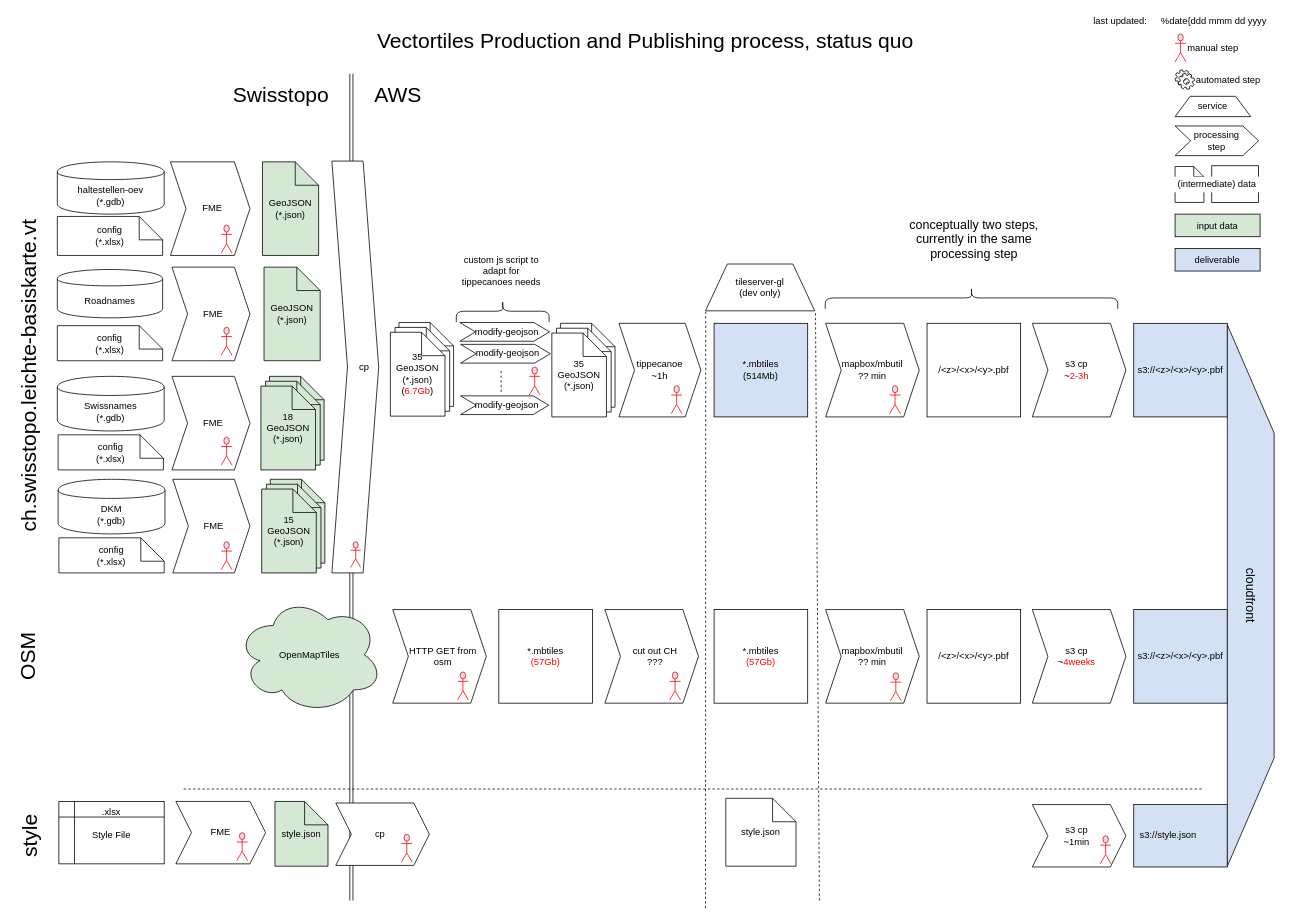
Earlier version of the draw.io diagram mvt/mvt_pipeline.dio (boecklic/notebooks). Source tidied: cells renumbered, new cells numbered last; positions are measured from the earlier drawing's top-left corner, leaving out a move shared by most shapes. Both pictures are drawn from the tidied source at 78%, with x=0, y=0 at pixel (-183, 13).
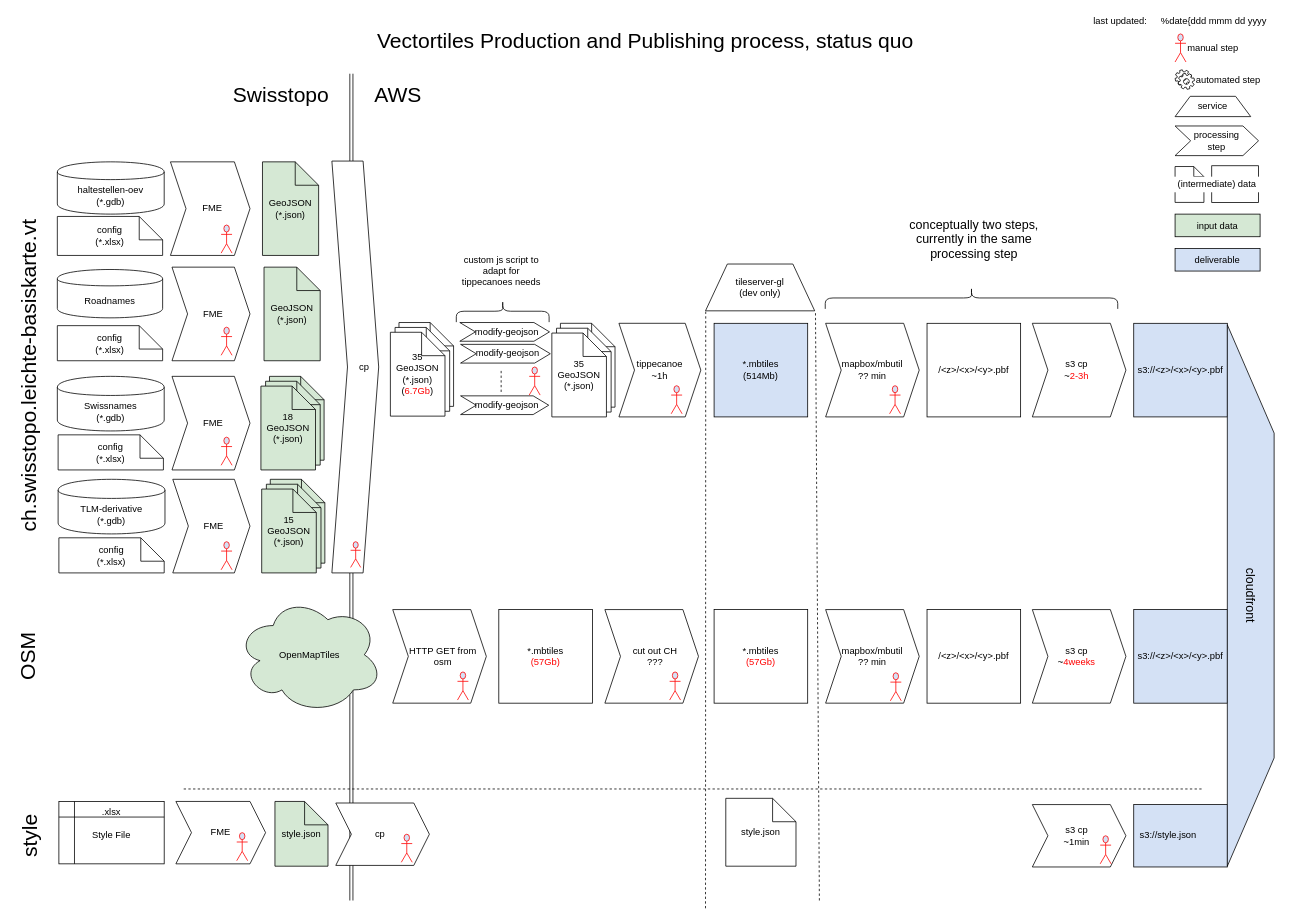
After the change.

Commit message:
WIP from Fri Oct 18 20:00:01 UTC 2019

Change to the diagram source:
```diff
@@
-    <mxCell id="34" value="&lt;div&gt;DKM&lt;/div&gt;&lt;div&gt;(*.gdb)&lt;/div&gt;" style="shape=cylinder;whiteSpace=wrap;html=1;boundedLbl=1;" parent="1" vertex="1">
+    <mxCell id="34" value="&lt;div&gt;TLM-derivative&lt;/div&gt;&lt;div&gt;(*.gdb)&lt;/div&gt;" style="shape=cylinder;whiteSpace=wrap;html=1;boundedLbl=1;" parent="1" vertex="1">
       <mxGeometry x="309" y="597" width="137" height="70" as="geometry" />
     </mxCell>
```
